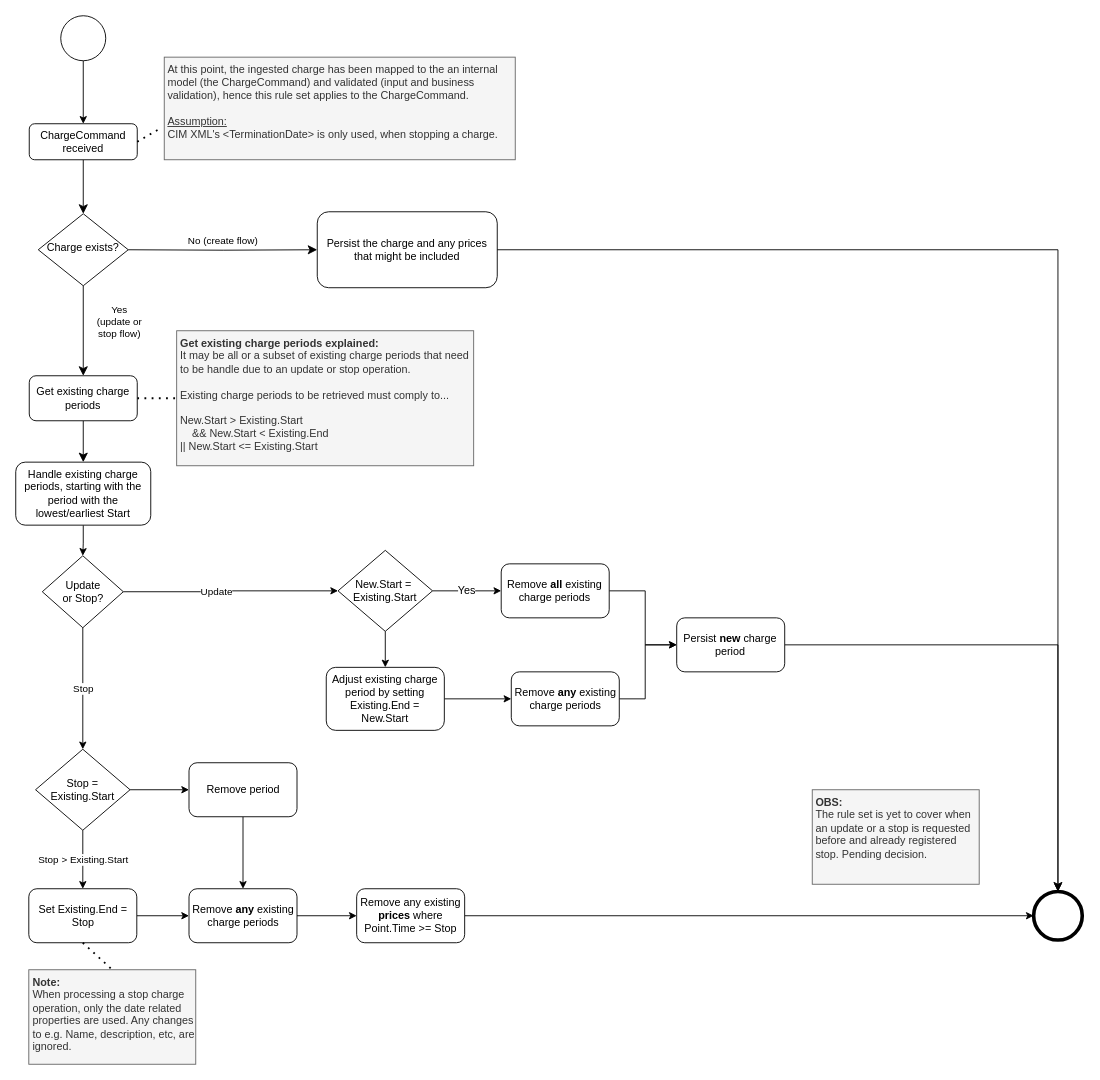
Energinet-DataHub/ARCHIVED-geh-charges keeps this draw.io diagram as page "Ruleset_v2" (1 of 2) of docs/process-flows/images/PersistingChargesRuleSet_ProcessFlow.drawio. Above is the earlier version. Source tidied: cells renumbered, new cells numbered last; positions are measured from the earlier drawing's top-left corner, leaving out a move shared by most shapes. Both pictures are drawn from the tidied source at 90%, with x=0, y=0 at pixel (15, 15).
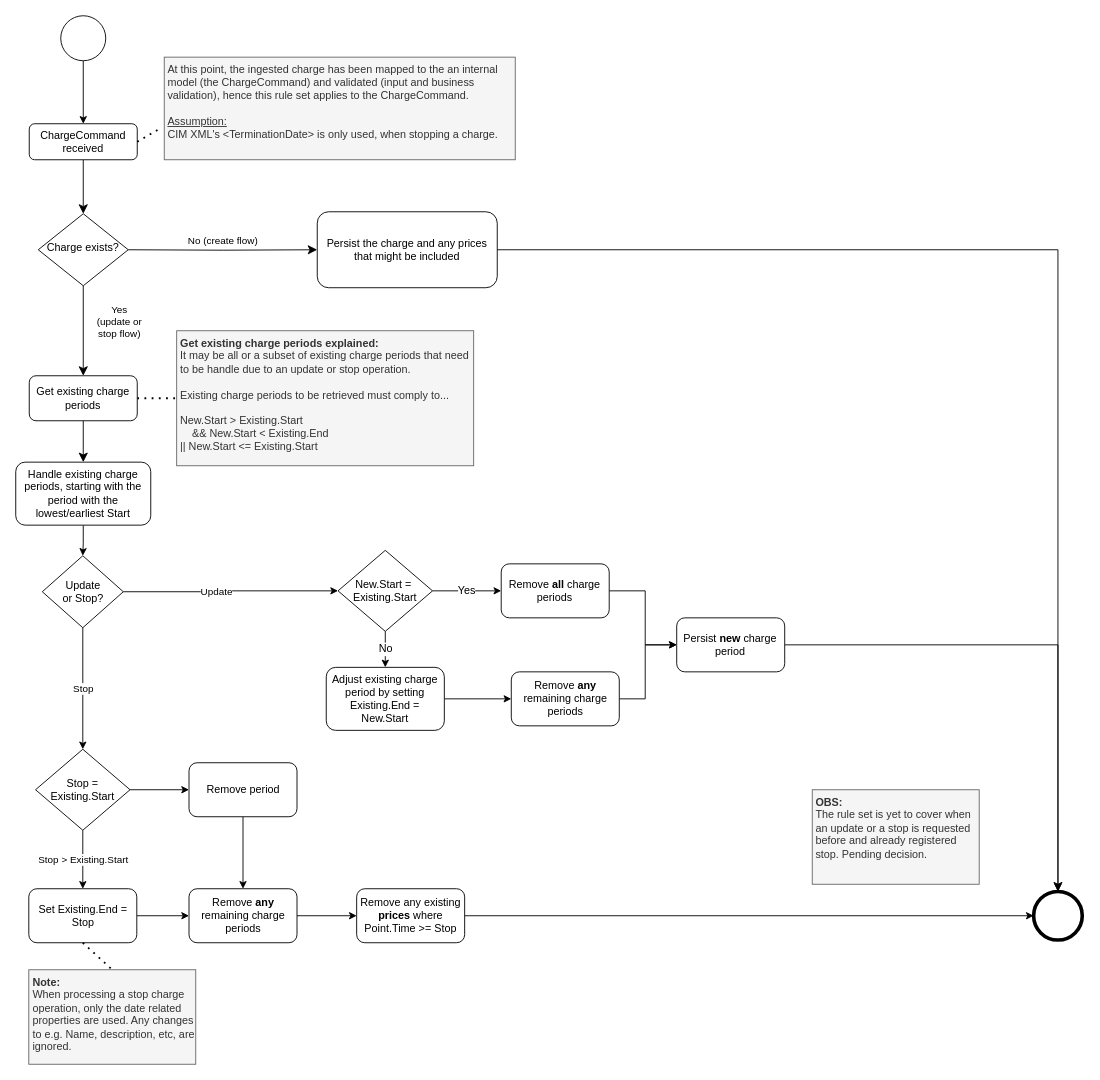
The same page after the edit.

Commit message:
Box text changes

The change refers to these unchanged cells:
```xml
<mxCell id="40" value="&lt;font style=&quot;font-size: 12px&quot;&gt;New.Start =&amp;nbsp;&lt;br&gt;Existing.Start&lt;/font&gt;" style="rhombus;whiteSpace=wrap;html=1;" parent="1" vertex="1">
  <mxGeometry x="358.1" y="594" width="105" height="90" as="geometry" />
</mxCell>
<mxCell id="42" value="Adjust existing charge period by setting Existing.End = New.Start" style="rounded=1;whiteSpace=wrap;html=1;" parent="1" vertex="1">
  <mxGeometry x="345" y="724" width="131.2" height="70" as="geometry" />
</mxCell>
```

Change to the diagram source:
```diff
@@
-    <mxCell id="31" value="Remove &lt;b&gt;any &lt;/b&gt;existing charge periods" style="rounded=1;whiteSpace=wrap;html=1;" parent="1" vertex="1">
+    <mxCell id="31" value="Remove &lt;b&gt;any &lt;/b&gt;remaining charge periods" style="rounded=1;whiteSpace=wrap;html=1;" parent="1" vertex="1">
       <mxGeometry x="192.5" y="970" width="120" height="60" as="geometry" />
     </mxCell>
@@
-    <mxCell id="35" value="Remove &lt;b&gt;all &lt;/b&gt;existing charge periods" style="rounded=1;whiteSpace=wrap;html=1;" parent="1" vertex="1">
+    <mxCell id="35" value="Remove &lt;b&gt;all &lt;/b&gt;charge periods" style="rounded=1;whiteSpace=wrap;html=1;" parent="1" vertex="1">
       <mxGeometry x="539.4" y="609" width="120" height="60" as="geometry" />
     </mxCell>
@@
-    <mxCell id="39" style="edgeStyle=orthogonalEdgeStyle;rounded=0;jettySize=auto;html=1;fontSize=12;endArrow=classic;endFill=1;" parent="1" edge="1" source="40" target="42">
+    <mxCell id="39" value="No" style="edgeStyle=orthogonalEdgeStyle;rounded=0;jettySize=auto;html=1;fontSize=12;endArrow=classic;endFill=1;" parent="1" edge="1" source="40" target="42">
       <mxGeometry relative="1" as="geometry" />
     </mxCell>
@@
-    <mxCell id="44" value="Remove &lt;b&gt;any &lt;/b&gt;existing charge periods" style="rounded=1;whiteSpace=wrap;html=1;" parent="1" vertex="1">
+    <mxCell id="44" value="Remove &lt;b&gt;any &lt;/b&gt;remaining charge periods" style="rounded=1;whiteSpace=wrap;html=1;" parent="1" vertex="1">
       <mxGeometry x="550.6" y="729" width="120" height="60" as="geometry" />
     </mxCell>
```
